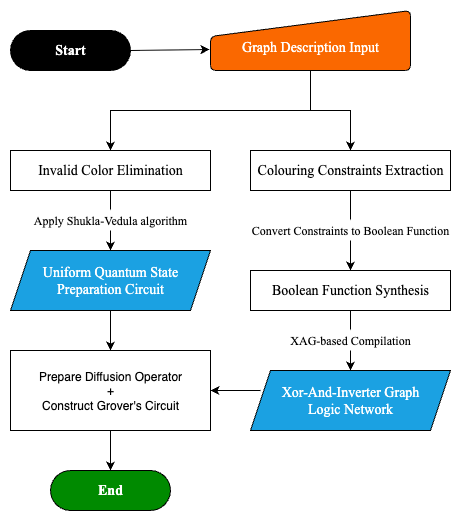
Above: docs/vcgc_workflow.png in TheBarzani/logique (draw.io), before the change. Source tidied: cells renumbered, new cells last; positions are measured from the earlier drawing's top-left corner, leaving out a move shared by most shapes.
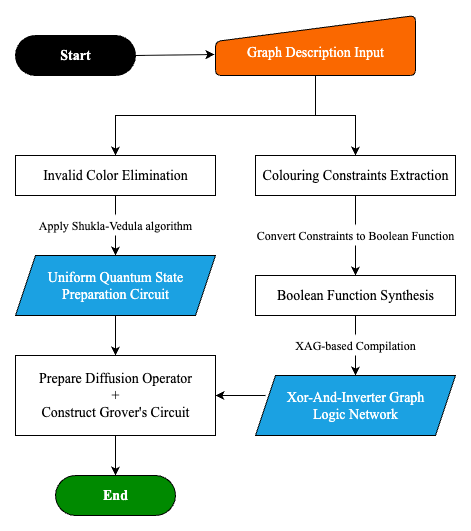
After the commit.

Commit message:
Format the font for VCGC workflow diagram

The edit, as a diff of the source:
```diff
@@ -2,7 +2,7 @@
   <root>
     <mxCell id="0" />
     <mxCell id="1" parent="0" />
-    <mxCell id="2" style="group;" parent="1" vertex="1">
+    <mxCell id="2" style="group;fontFamily=Times New Roman;fontSize=14;" parent="1" vertex="1">
       <mxGeometry width="440" height="500" as="geometry" />
     </mxCell>
     <mxCell id="3" value="&lt;font style=&quot;color: rgb(255, 255, 255);&quot;&gt;&lt;b&gt;Start&lt;/b&gt;&lt;/font&gt;" style="html=1;dashed=0;whiteSpace=wrap;shape=mxgraph.dfd.start;fillColor=#000000;fontColor=#ffffff;strokeColor=#000000;fontFamily=Times New Roman;fontSize=14;" parent="2" vertex="1">
@@ -70,7 +70,7 @@
     <mxCell id="20" style="edgeStyle=orthogonalEdgeStyle;rounded=0;jettySize=auto;html=1;exitX=0.5;exitY=1;exitDx=0;exitDy=0;" parent="2" edge="1" source="21" target="4">
       <mxGeometry relative="1" as="geometry" />
     </mxCell>
-    <mxCell id="21" value="Prepare Diffusion Operator&lt;div&gt;+&lt;/div&gt;&lt;div&gt;Construct Grover's Circuit&lt;/div&gt;" style="rounded=0;whiteSpace=wrap;html=1;" parent="2" vertex="1">
+    <mxCell id="21" value="&lt;font style=&quot;font-size: 14px;&quot; face=&quot;Times New Roman&quot;&gt;Prepare Diffusion Operator&lt;/font&gt;&lt;div&gt;&lt;font style=&quot;font-size: 14px;&quot; face=&quot;Times New Roman&quot;&gt;+&lt;/font&gt;&lt;/div&gt;&lt;div&gt;&lt;font style=&quot;font-size: 14px;&quot; face=&quot;Times New Roman&quot;&gt;Construct Grover's Circuit&lt;/font&gt;&lt;/div&gt;" style="rounded=0;whiteSpace=wrap;html=1;" parent="2" vertex="1">
       <mxGeometry y="340" width="200" height="80" as="geometry" />
     </mxCell>
     <mxCell id="22" style="endArrow=classic;html=1;rounded=0;entryX=1;entryY=0.5;entryDx=0;entryDy=0;" parent="2" edge="1" target="21">
```
